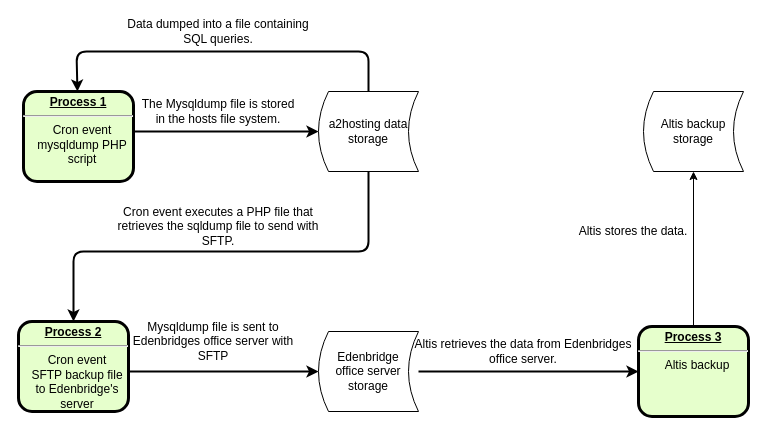
Above: Diagrams/DFD/AddProc.drawio in Harlento/SchedulingSystem (draw.io), before the change. Source tidied: cells renumbered, new cells numbered last; positions are measured from the earlier drawing's top-left corner, leaving out a move shared by most shapes. Both pictures are drawn from the tidied source at 100%, with x=0, y=0 at pixel (18, 21).
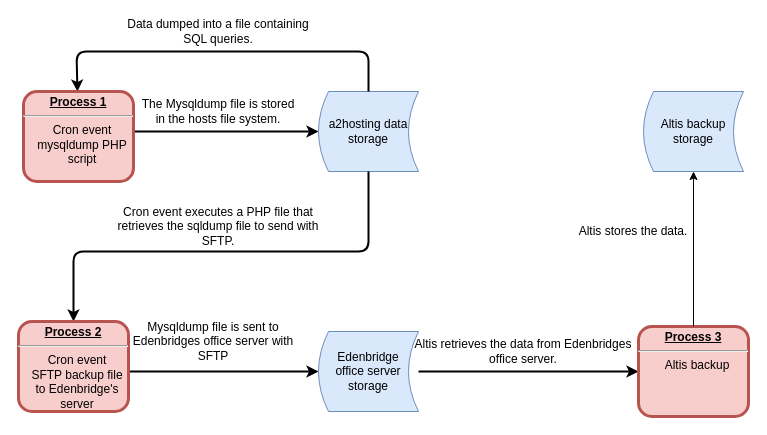
The same page after the edit.

Change to the diagram source:
```diff
@@
-    <mxCell id="2" value="Altis backup&lt;br&gt;storage" style="shape=dataStorage;whiteSpace=wrap;html=1;" parent="1" vertex="1">
+    <mxCell id="2" value="Altis backup&lt;br&gt;storage" style="shape=dataStorage;whiteSpace=wrap;html=1;fillColor=#dae8fc;strokeColor=#6c8ebf;" parent="1" vertex="1">
       <mxGeometry x="625" y="70" width="100" height="80" as="geometry" />
     </mxCell>
-    <mxCell id="3" value="Edenbridge &lt;br&gt;office server&lt;br&gt;storage" style="shape=dataStorage;whiteSpace=wrap;html=1;" parent="1" vertex="1">
+    <mxCell id="3" value="Edenbridge &lt;br&gt;office server&lt;br&gt;storage" style="shape=dataStorage;whiteSpace=wrap;html=1;fillColor=#dae8fc;strokeColor=#6c8ebf;" parent="1" vertex="1">
       <mxGeometry x="300" y="310" width="100" height="80" as="geometry" />
     </mxCell>
-    <mxCell id="4" value="a2hosting data storage" style="shape=dataStorage;whiteSpace=wrap;html=1;" parent="1" vertex="1">
+    <mxCell id="4" value="a2hosting data storage" style="shape=dataStorage;whiteSpace=wrap;html=1;fillColor=#dae8fc;strokeColor=#6c8ebf;" parent="1" vertex="1">
       <mxGeometry x="300" y="70" width="100" height="80" as="geometry" />
     </mxCell>
@@
-    <mxCell id="16" value="&lt;p style=&quot;margin: 0px ; margin-top: 4px ; text-align: center ; text-decoration: underline&quot;&gt;&lt;strong&gt;Process 1&lt;br&gt;&lt;/strong&gt;&lt;/p&gt;&lt;hr&gt;&lt;p style=&quot;margin: 0px ; margin-left: 8px&quot;&gt;&lt;span style=&quot;font-weight: 400 ; white-space: normal&quot;&gt;Cron event mysqldump PHP script&lt;/span&gt;&lt;br&gt;&lt;/p&gt;" style="verticalAlign=middle;align=center;overflow=fill;fontSize=12;fontFamily=Helvetica;html=1;rounded=1;fontStyle=1;strokeWidth=3;fillColor=#E6FFCC;" parent="1" vertex="1">
+    <mxCell id="16" value="&lt;p style=&quot;margin: 0px ; margin-top: 4px ; text-align: center ; text-decoration: underline&quot;&gt;&lt;strong&gt;Process 1&lt;br&gt;&lt;/strong&gt;&lt;/p&gt;&lt;hr&gt;&lt;p style=&quot;margin: 0px ; margin-left: 8px&quot;&gt;&lt;span style=&quot;font-weight: 400 ; white-space: normal&quot;&gt;Cron event mysqldump PHP script&lt;/span&gt;&lt;br&gt;&lt;/p&gt;" style="verticalAlign=middle;align=center;overflow=fill;fontSize=12;fontFamily=Helvetica;html=1;rounded=1;fontStyle=1;strokeWidth=3;fillColor=#f8cecc;strokeColor=#b85450;" parent="1" vertex="1">
       <mxGeometry x="5" y="70" width="110" height="90" as="geometry" />
     </mxCell>
-    <mxCell id="17" value="&lt;p style=&quot;margin: 0px ; margin-top: 4px ; text-align: center ; text-decoration: underline&quot;&gt;&lt;strong&gt;Process 2&lt;br&gt;&lt;/strong&gt;&lt;/p&gt;&lt;hr&gt;&lt;p style=&quot;margin: 0px ; margin-left: 8px&quot;&gt;&lt;span style=&quot;font-weight: 400 ; white-space: normal&quot;&gt;Cron event&lt;/span&gt;&lt;br style=&quot;font-weight: 400 ; white-space: normal&quot;&gt;&lt;span style=&quot;font-weight: 400 ; white-space: normal&quot;&gt;SFTP backup file to Edenbridge's server&lt;/span&gt;&lt;br&gt;&lt;/p&gt;" style="verticalAlign=middle;align=center;overflow=fill;fontSize=12;fontFamily=Helvetica;html=1;rounded=1;fontStyle=1;strokeWidth=3;fillColor=#E6FFCC;" parent="1" vertex="1">
+    <mxCell id="17" value="&lt;p style=&quot;margin: 0px ; margin-top: 4px ; text-align: center ; text-decoration: underline&quot;&gt;&lt;strong&gt;Process 2&lt;br&gt;&lt;/strong&gt;&lt;/p&gt;&lt;hr&gt;&lt;p style=&quot;margin: 0px ; margin-left: 8px&quot;&gt;&lt;span style=&quot;font-weight: 400 ; white-space: normal&quot;&gt;Cron event&lt;/span&gt;&lt;br style=&quot;font-weight: 400 ; white-space: normal&quot;&gt;&lt;span style=&quot;font-weight: 400 ; white-space: normal&quot;&gt;SFTP backup file to Edenbridge's server&lt;/span&gt;&lt;br&gt;&lt;/p&gt;" style="verticalAlign=middle;align=center;overflow=fill;fontSize=12;fontFamily=Helvetica;html=1;rounded=1;fontStyle=1;strokeWidth=3;fillColor=#f8cecc;strokeColor=#b85450;" parent="1" vertex="1">
       <mxGeometry y="300" width="110" height="90" as="geometry" />
     </mxCell>
-    <mxCell id="18" value="&lt;p style=&quot;margin: 0px ; margin-top: 4px ; text-align: center ; text-decoration: underline&quot;&gt;&lt;strong&gt;Process 3&lt;br&gt;&lt;/strong&gt;&lt;/p&gt;&lt;hr&gt;&lt;p style=&quot;margin: 0px ; margin-left: 8px&quot;&gt;&lt;span style=&quot;font-weight: 400 ; white-space: normal&quot;&gt;Altis backup&lt;/span&gt;&lt;br&gt;&lt;/p&gt;" style="verticalAlign=middle;align=center;overflow=fill;fontSize=12;fontFamily=Helvetica;html=1;rounded=1;fontStyle=1;strokeWidth=3;fillColor=#E6FFCC;" parent="1" vertex="1">
+    <mxCell id="18" value="&lt;p style=&quot;margin: 0px ; margin-top: 4px ; text-align: center ; text-decoration: underline&quot;&gt;&lt;strong&gt;Process 3&lt;br&gt;&lt;/strong&gt;&lt;/p&gt;&lt;hr&gt;&lt;p style=&quot;margin: 0px ; margin-left: 8px&quot;&gt;&lt;span style=&quot;font-weight: 400 ; white-space: normal&quot;&gt;Altis backup&lt;/span&gt;&lt;br&gt;&lt;/p&gt;" style="verticalAlign=middle;align=center;overflow=fill;fontSize=12;fontFamily=Helvetica;html=1;rounded=1;fontStyle=1;strokeWidth=3;fillColor=#f8cecc;strokeColor=#b85450;" parent="1" vertex="1">
       <mxGeometry x="620" y="305" width="110" height="90" as="geometry" />
     </mxCell>
```
